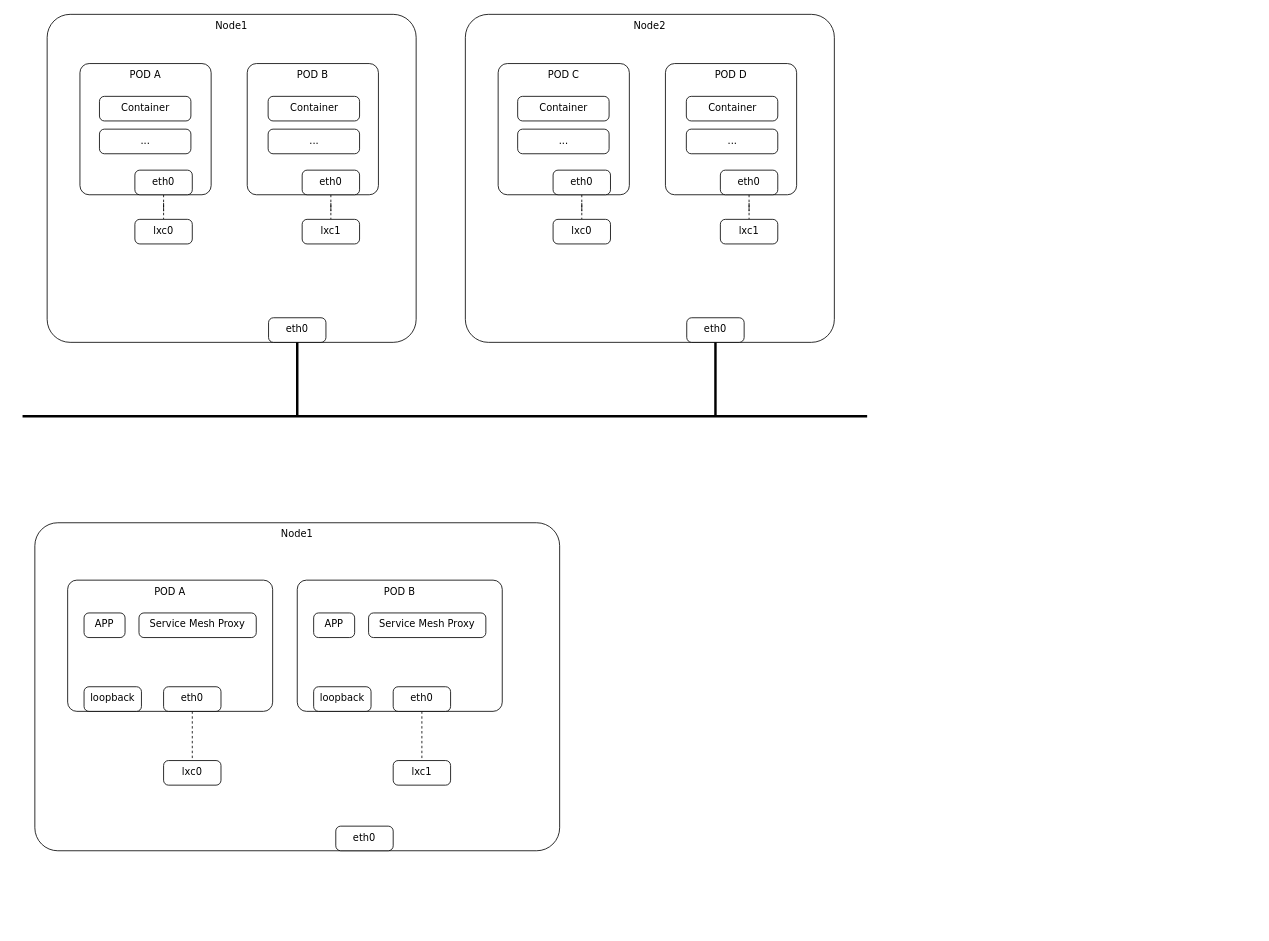
Above: k8s网络模型.drawio in hubblezzhu/frr_learning (draw.io), before the change. Source tidied: cells renumbered, new cells numbered last; positions are measured from the earlier drawing's top-left corner, leaving out a move shared by most shapes. Both pictures are drawn from the tidied source at 82%, with x=0, y=0 at pixel (22, 14).
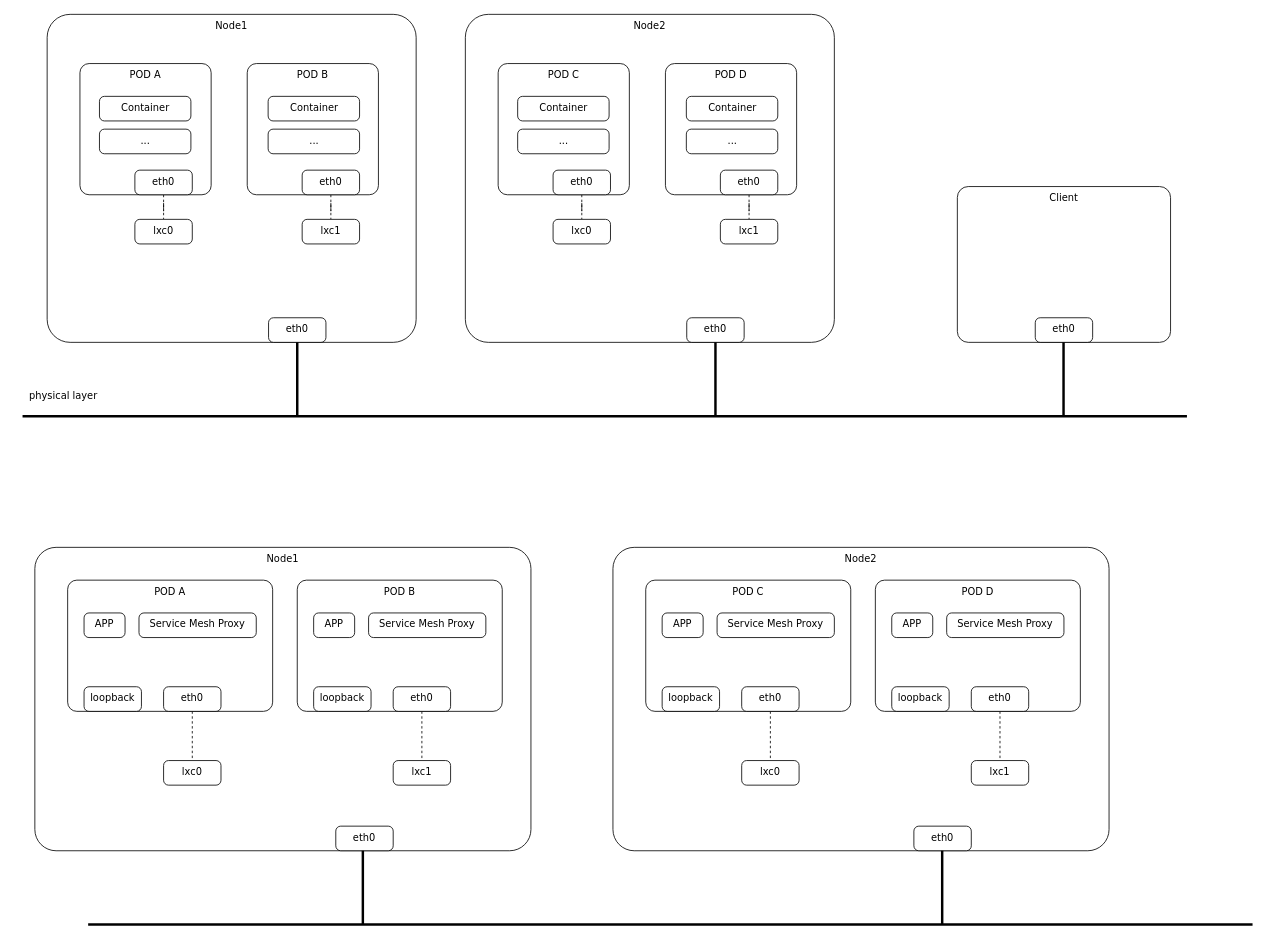
The same diagram, later.

Commit message (it also covers changes not shown here):
更新k8s网络模型.drawio

Change to the diagram source:
```diff
@@
     <mxCell id="12" value="&lt;div style=&quot;&quot;&gt;&lt;span style=&quot;font-family: Verdana; background-color: initial;&quot;&gt;Node1&lt;/span&gt;&lt;/div&gt;" style="rounded=1;whiteSpace=wrap;html=1;arcSize=7;align=center;labelPosition=center;verticalLabelPosition=middle;verticalAlign=top;" parent="1" vertex="1">
-      <mxGeometry x="15" y="620" width="640" height="400" as="geometry" />
+      <mxGeometry x="15" y="650" width="605" height="370" as="geometry" />
     </mxCell>
@@
     <mxCell id="48" style="endArrow=none;html=1;rounded=0;strokeWidth=3;" parent="1" edge="1">
       <mxGeometry relative="1" as="geometry">
         <mxPoint y="490" as="sourcePoint" />
-        <mxPoint x="1030" y="490" as="targetPoint" />
+        <mxPoint x="1420" y="490" as="targetPoint" />
       </mxGeometry>
     </mxCell>
+    <mxCell id="49" value="&lt;div style=&quot;&quot;&gt;&lt;span style=&quot;font-family: Verdana; background-color: initial;&quot;&gt;Node2&lt;/span&gt;&lt;/div&gt;" style="rounded=1;whiteSpace=wrap;html=1;arcSize=7;align=center;labelPosition=center;verticalLabelPosition=middle;verticalAlign=top;" parent="1" vertex="1">
+      <mxGeometry x="720" y="650" width="605" height="370" as="geometry" />
+    </mxCell>
+    <mxCell id="50" value="&lt;div style=&quot;&quot;&gt;&lt;font face=&quot;Verdana&quot;&gt;POD C&lt;/font&gt;&lt;/div&gt;" style="rounded=1;whiteSpace=wrap;html=1;arcSize=7;align=center;labelPosition=center;verticalLabelPosition=middle;verticalAlign=top;" parent="1" vertex="1">
+      <mxGeometry x="760" y="690" width="250" height="160" as="geometry" />
+    </mxCell>
+    <mxCell id="51" style="edgeStyle=orthogonalEdgeStyle;rounded=0;jettySize=auto;html=1;entryX=0.5;entryY=0;entryDx=0;entryDy=0;startArrow=none;startFill=0;endArrow=none;endFill=0;dashed=1;" parent="1" edge="1" source="52" target="53">
+      <mxGeometry relative="1" as="geometry" />
+    </mxCell>
+    <mxCell id="52" value="&lt;div style=&quot;&quot;&gt;&lt;font face=&quot;Verdana&quot;&gt;eth0&lt;/font&gt;&lt;/div&gt;" style="rounded=1;whiteSpace=wrap;html=1;arcSize=20;align=center;labelPosition=center;verticalLabelPosition=middle;verticalAlign=top;" parent="1" vertex="1">
+      <mxGeometry x="877" y="820" width="70" height="30" as="geometry" />
+    </mxCell>
+    <mxCell id="53" value="&lt;div style=&quot;&quot;&gt;&lt;font face=&quot;Verdana&quot;&gt;lxc0&lt;/font&gt;&lt;/div&gt;" style="rounded=1;whiteSpace=wrap;html=1;arcSize=20;align=center;labelPosition=center;verticalLabelPosition=middle;verticalAlign=top;" parent="1" vertex="1">
+      <mxGeometry x="877" y="910" width="70" height="30" as="geometry" />
+    </mxCell>
+    <mxCell id="54" value="&lt;div style=&quot;&quot;&gt;&lt;font face=&quot;Verdana&quot;&gt;APP&lt;/font&gt;&lt;/div&gt;" style="rounded=1;whiteSpace=wrap;html=1;arcSize=20;align=center;labelPosition=center;verticalLabelPosition=middle;verticalAlign=top;" parent="1" vertex="1">
+      <mxGeometry x="780" y="730" width="50" height="30" as="geometry" />
+    </mxCell>
+    <mxCell id="55" value="&lt;div style=&quot;&quot;&gt;&lt;font face=&quot;Verdana&quot;&gt;Service Mesh Proxy&lt;/font&gt;&lt;/div&gt;" style="rounded=1;whiteSpace=wrap;html=1;arcSize=20;align=center;labelPosition=center;verticalLabelPosition=middle;verticalAlign=top;" parent="1" vertex="1">
+      <mxGeometry x="847" y="730" width="143" height="30" as="geometry" />
+    </mxCell>
+    <mxCell id="56" value="&lt;div style=&quot;&quot;&gt;&lt;font face=&quot;Verdana&quot;&gt;loopback&lt;/font&gt;&lt;/div&gt;" style="rounded=1;whiteSpace=wrap;html=1;arcSize=20;align=center;labelPosition=center;verticalLabelPosition=middle;verticalAlign=top;" parent="1" vertex="1">
+      <mxGeometry x="780" y="820" width="70" height="30" as="geometry" />
+    </mxCell>
+    <mxCell id="57" value="&lt;div style=&quot;&quot;&gt;&lt;font face=&quot;Verdana&quot;&gt;POD D&lt;/font&gt;&lt;/div&gt;" style="rounded=1;whiteSpace=wrap;html=1;arcSize=7;align=center;labelPosition=center;verticalLabelPosition=middle;verticalAlign=top;" parent="1" vertex="1">
+      <mxGeometry x="1040" y="690" width="250" height="160" as="geometry" />
+    </mxCell>
+    <mxCell id="58" style="edgeStyle=orthogonalEdgeStyle;rounded=0;jettySize=auto;html=1;entryX=0.5;entryY=0;entryDx=0;entryDy=0;startArrow=none;startFill=0;endArrow=none;endFill=0;dashed=1;" parent="1" edge="1" source="59" target="60">
+      <mxGeometry relative="1" as="geometry" />
+    </mxCell>
+    <mxCell id="59" value="&lt;div style=&quot;&quot;&gt;&lt;font face=&quot;Verdana&quot;&gt;eth0&lt;/font&gt;&lt;/div&gt;" style="rounded=1;whiteSpace=wrap;html=1;arcSize=20;align=center;labelPosition=center;verticalLabelPosition=middle;verticalAlign=top;" parent="1" vertex="1">
+      <mxGeometry x="1157" y="820" width="70" height="30" as="geometry" />
+    </mxCell>
+    <mxCell id="60" value="&lt;div style=&quot;&quot;&gt;&lt;font face=&quot;Verdana&quot;&gt;lxc1&lt;/font&gt;&lt;/div&gt;" style="rounded=1;whiteSpace=wrap;html=1;arcSize=20;align=center;labelPosition=center;verticalLabelPosition=middle;verticalAlign=top;" parent="1" vertex="1">
+      <mxGeometry x="1157" y="910" width="70" height="30" as="geometry" />
+    </mxCell>
+    <mxCell id="61" value="&lt;div style=&quot;&quot;&gt;&lt;font face=&quot;Verdana&quot;&gt;APP&lt;/font&gt;&lt;/div&gt;" style="rounded=1;whiteSpace=wrap;html=1;arcSize=20;align=center;labelPosition=center;verticalLabelPosition=middle;verticalAlign=top;" parent="1" vertex="1">
+      <mxGeometry x="1060" y="730" width="50" height="30" as="geometry" />
+    </mxCell>
+    <mxCell id="62" value="&lt;div style=&quot;&quot;&gt;&lt;font face=&quot;Verdana&quot;&gt;Service Mesh Proxy&lt;/font&gt;&lt;/div&gt;" style="rounded=1;whiteSpace=wrap;html=1;arcSize=20;align=center;labelPosition=center;verticalLabelPosition=middle;verticalAlign=top;" parent="1" vertex="1">
+      <mxGeometry x="1127" y="730" width="143" height="30" as="geometry" />
+    </mxCell>
+    <mxCell id="63" value="&lt;div style=&quot;&quot;&gt;&lt;font face=&quot;Verdana&quot;&gt;loopback&lt;/font&gt;&lt;/div&gt;" style="rounded=1;whiteSpace=wrap;html=1;arcSize=20;align=center;labelPosition=center;verticalLabelPosition=middle;verticalAlign=top;" parent="1" vertex="1">
+      <mxGeometry x="1060" y="820" width="70" height="30" as="geometry" />
+    </mxCell>
+    <mxCell id="64" value="&lt;div style=&quot;&quot;&gt;&lt;font face=&quot;Verdana&quot;&gt;eth0&lt;/font&gt;&lt;/div&gt;" style="rounded=1;whiteSpace=wrap;html=1;arcSize=20;align=center;labelPosition=center;verticalLabelPosition=middle;verticalAlign=top;" parent="1" vertex="1">
+      <mxGeometry x="1087" y="990" width="70" height="30" as="geometry" />
+    </mxCell>
+    <mxCell id="65" value="&lt;div style=&quot;&quot;&gt;&lt;span style=&quot;font-family: Verdana; background-color: initial;&quot;&gt;Client&lt;/span&gt;&lt;/div&gt;" style="rounded=1;whiteSpace=wrap;html=1;arcSize=7;align=center;labelPosition=center;verticalLabelPosition=middle;verticalAlign=top;" parent="1" vertex="1">
+      <mxGeometry x="1140" y="210" width="260" height="190" as="geometry" />
+    </mxCell>
+    <mxCell id="66" value="&lt;div style=&quot;&quot;&gt;&lt;font face=&quot;Verdana&quot;&gt;eth0&lt;/font&gt;&lt;/div&gt;" style="rounded=1;whiteSpace=wrap;html=1;arcSize=20;align=center;labelPosition=center;verticalLabelPosition=middle;verticalAlign=top;" parent="1" vertex="1">
+      <mxGeometry x="1235" y="370" width="70" height="30" as="geometry" />
+    </mxCell>
+    <mxCell id="67" style="endArrow=none;html=1;rounded=0;entryX=0.5;entryY=1;entryDx=0;entryDy=0;strokeWidth=3;" parent="1" edge="1">
+      <mxGeometry relative="1" as="geometry">
+        <mxPoint x="1269.5" y="490" as="sourcePoint" />
+        <mxPoint x="1269.5" y="400" as="targetPoint" />
+      </mxGeometry>
+    </mxCell>
+    <mxCell id="68" style="endArrow=none;html=1;rounded=0;entryX=0.5;entryY=1;entryDx=0;entryDy=0;strokeWidth=3;" parent="1" edge="1">
+      <mxGeometry relative="1" as="geometry">
+        <mxPoint x="415" y="1110" as="sourcePoint" />
+        <mxPoint x="415" y="1020" as="targetPoint" />
+      </mxGeometry>
+    </mxCell>
+    <mxCell id="69" style="endArrow=none;html=1;rounded=0;strokeWidth=3;" parent="1" edge="1">
+      <mxGeometry relative="1" as="geometry">
+        <mxPoint x="80" y="1110" as="sourcePoint" />
+        <mxPoint x="1500" y="1110" as="targetPoint" />
+      </mxGeometry>
+    </mxCell>
+    <mxCell id="70" style="endArrow=none;html=1;rounded=0;entryX=0.5;entryY=1;entryDx=0;entryDy=0;strokeWidth=3;" parent="1" edge="1">
+      <mxGeometry relative="1" as="geometry">
+        <mxPoint x="1121.5" y="1110" as="sourcePoint" />
+        <mxPoint x="1121.5" y="1020" as="targetPoint" />
+      </mxGeometry>
+    </mxCell>
+    <mxCell id="71" value="&lt;font face=&quot;Verdana&quot;&gt;physical layer&lt;/font&gt;" style="text;html=1;strokeColor=none;fillColor=none;align=center;verticalAlign=middle;whiteSpace=wrap;rounded=0;" parent="1" vertex="1">
+      <mxGeometry x="-10" y="450" width="120" height="30" as="geometry" />
+    </mxCell>
```
